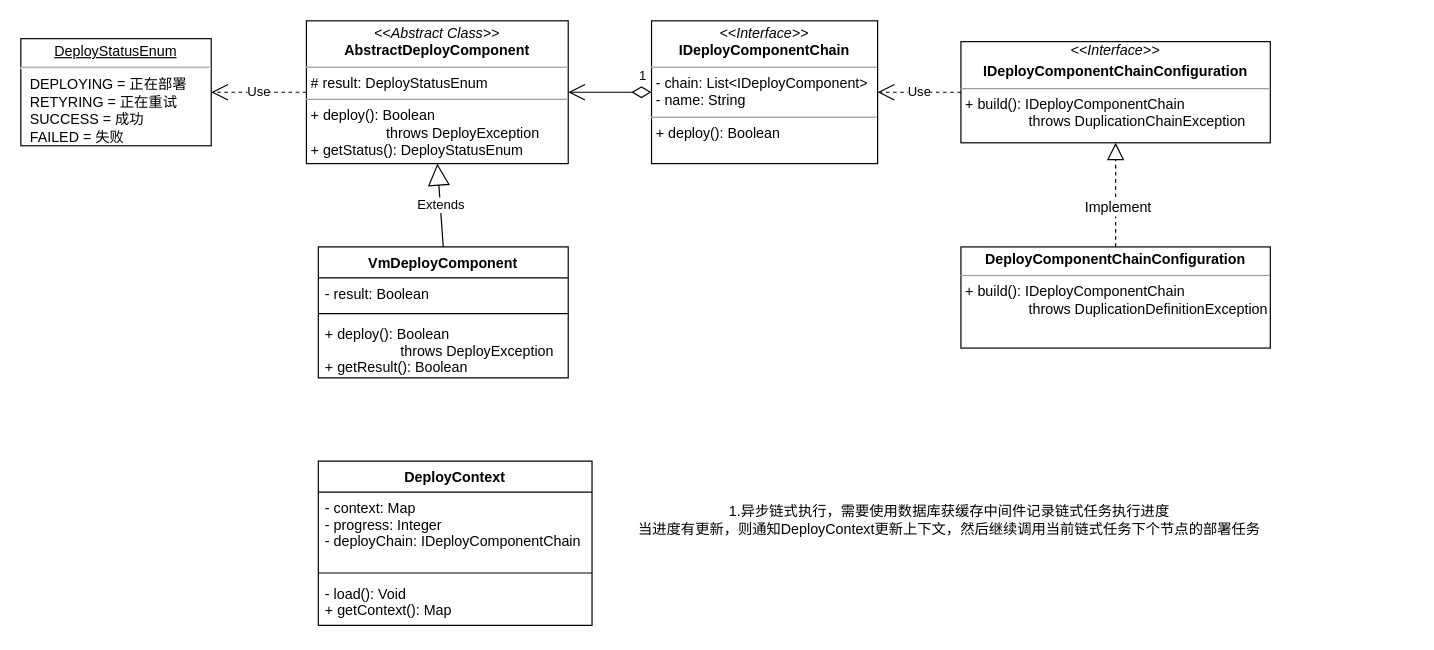
Above: SAAS自动部署.drawio in iceAcmen/myDesign (draw.io), before the change. Source tidied: cells renumbered, new cells numbered last; positions are measured from the earlier drawing's top-left corner, leaving out a move shared by most shapes. Both pictures are drawn from the tidied source at 119%, with x=0, y=0 at pixel (20, 20).
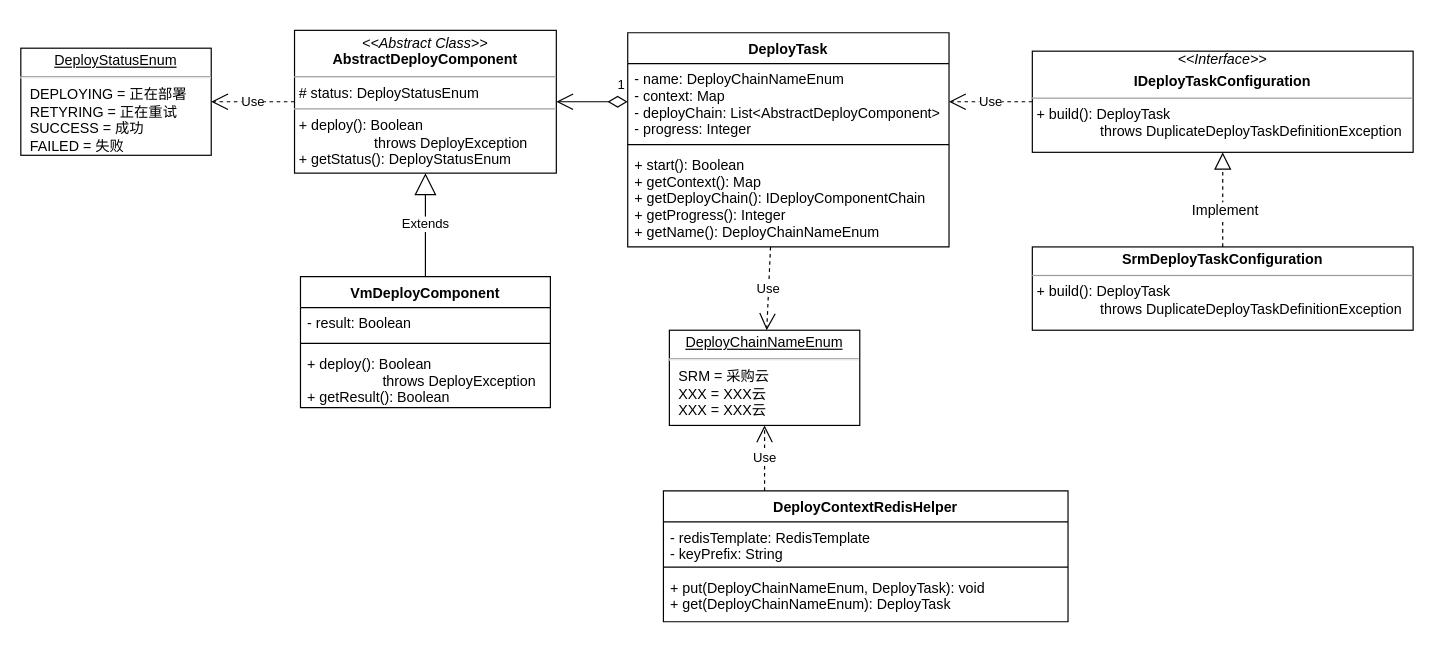
The same diagram, later.

Commit message:
更新SAAS自动部署.drawio

Change to the diagram source:
```diff
@@
-    <mxCell id="2" value="&lt;p style=&quot;margin: 0px ; margin-top: 4px ; text-align: center&quot;&gt;&lt;i&gt;&amp;lt;&amp;lt;Abstract Class&amp;gt;&amp;gt;&lt;/i&gt;&lt;br&gt;&lt;b&gt;AbstractDeployComponent&lt;/b&gt;&lt;br&gt;&lt;/p&gt;&lt;hr size=&quot;1&quot;&gt;&lt;p style=&quot;margin: 0px ; margin-left: 4px&quot;&gt;# result: DeployStatusEnum&lt;br&gt;&lt;/p&gt;&lt;hr size=&quot;1&quot;&gt;&lt;p style=&quot;margin: 0px ; margin-left: 4px&quot;&gt;+ deploy(): Boolean&lt;/p&gt;&lt;p style=&quot;margin: 0px ; margin-left: 4px&quot;&gt;&amp;nbsp; &amp;nbsp; &amp;nbsp; &amp;nbsp; &amp;nbsp; &amp;nbsp; &amp;nbsp; &amp;nbsp; &amp;nbsp; &amp;nbsp;throws DeployException&lt;/p&gt;&lt;p style=&quot;margin: 0px ; margin-left: 4px&quot;&gt;+ getStatus(): DeployStatusEnum&lt;/p&gt;" style="verticalAlign=top;align=left;overflow=fill;fontSize=12;fontFamily=Helvetica;html=1;" parent="1" vertex="1">
-      <mxGeometry x="240" width="220" height="120" as="geometry" />
+    <mxCell id="2" value="&lt;p style=&quot;margin: 0px ; margin-top: 4px ; text-align: center&quot;&gt;&lt;i&gt;&amp;lt;&amp;lt;Abstract Class&amp;gt;&amp;gt;&lt;/i&gt;&lt;br&gt;&lt;b&gt;AbstractDeployComponent&lt;/b&gt;&lt;br&gt;&lt;/p&gt;&lt;hr size=&quot;1&quot;&gt;&lt;p style=&quot;margin: 0px ; margin-left: 4px&quot;&gt;# status: DeployStatusEnum&lt;br&gt;&lt;/p&gt;&lt;hr size=&quot;1&quot;&gt;&lt;p style=&quot;margin: 0px ; margin-left: 4px&quot;&gt;+ deploy(): Boolean&lt;/p&gt;&lt;p style=&quot;margin: 0px ; margin-left: 4px&quot;&gt;&amp;nbsp; &amp;nbsp; &amp;nbsp; &amp;nbsp; &amp;nbsp; &amp;nbsp; &amp;nbsp; &amp;nbsp; &amp;nbsp; &amp;nbsp;throws DeployException&lt;/p&gt;&lt;p style=&quot;margin: 0px ; margin-left: 4px&quot;&gt;+ getStatus(): DeployStatusEnum&lt;/p&gt;" style="verticalAlign=top;align=left;overflow=fill;fontSize=12;fontFamily=Helvetica;html=1;" parent="1" vertex="1">
+      <mxGeometry x="230" y="8" width="220" height="120" as="geometry" />
     </mxCell>
-    <mxCell id="3" value="&lt;p style=&quot;margin: 0px ; margin-top: 4px ; text-align: center&quot;&gt;&lt;i&gt;&amp;lt;&amp;lt;Interface&amp;gt;&amp;gt;&lt;/i&gt;&lt;br&gt;&lt;b&gt;IDeployComponentChain&lt;/b&gt;&lt;br&gt;&lt;/p&gt;&lt;hr size=&quot;1&quot;&gt;&lt;p style=&quot;margin: 0px ; margin-left: 4px&quot;&gt;- chain: List&amp;lt;IDeployComponent&amp;gt;&lt;br&gt;&lt;/p&gt;&lt;p style=&quot;margin: 0px ; margin-left: 4px&quot;&gt;- name: String&lt;/p&gt;&lt;hr size=&quot;1&quot;&gt;&lt;p style=&quot;margin: 0px ; margin-left: 4px&quot;&gt;+ deploy(): Boolean&lt;/p&gt;&lt;p style=&quot;margin: 0px ; margin-left: 4px&quot;&gt;&lt;br&gt;&lt;/p&gt;" style="verticalAlign=top;align=left;overflow=fill;fontSize=12;fontFamily=Helvetica;html=1;" parent="1" vertex="1">
-      <mxGeometry x="530" width="190" height="120" as="geometry" />
-    </mxCell>
     <mxCell id="4" value="VmDeployComponent" style="swimlane;fontStyle=1;align=center;verticalAlign=top;horizontal=1;startSize=26;fontColor=#000000;" parent="1" vertex="1">
-      <mxGeometry x="250" y="190" width="210" height="110" as="geometry" />
+      <mxGeometry x="235" y="215" width="210" height="110" as="geometry" />
     </mxCell>
@@
-    <mxCell id="9" value="1" style="endArrow=open;html=1;endSize=12;startArrow=diamondThin;startSize=14;startFill=0;edgeStyle=orthogonalEdgeStyle;align=left;verticalAlign=bottom;fontColor=#000000;entryX=1;entryY=0.5;entryDx=0;entryDy=0;exitX=0;exitY=0.5;exitDx=0;exitDy=0;" parent="1" edge="1" source="3" target="2">
+    <mxCell id="9" value="1" style="endArrow=open;html=1;endSize=12;startArrow=diamondThin;startSize=14;startFill=0;edgeStyle=orthogonalEdgeStyle;align=left;verticalAlign=bottom;fontColor=#000000;entryX=1;entryY=0.5;entryDx=0;entryDy=0;exitX=0;exitY=0.5;exitDx=0;exitDy=0;" parent="1" edge="1" source="17" target="2">
       <mxGeometry x="-0.67" y="-5" relative="1" as="geometry" />
     </mxCell>
-    <mxCell id="10" value="&lt;div style=&quot;text-align: center&quot;&gt;&lt;i&gt;&amp;lt;&amp;lt;Interface&amp;gt;&amp;gt;&lt;/i&gt;&lt;/div&gt;&lt;p style=&quot;margin: 0px ; margin-top: 4px ; text-align: center&quot;&gt;&lt;b&gt;IDeployComponentChainConfiguration&lt;/b&gt;&lt;br&gt;&lt;/p&gt;&lt;hr size=&quot;1&quot;&gt;&lt;p style=&quot;margin: 0px ; margin-left: 4px&quot;&gt;&lt;/p&gt;&lt;p style=&quot;margin: 0px ; margin-left: 4px&quot;&gt;+ build(): IDeployComponentChain&lt;/p&gt;&lt;p style=&quot;margin: 0px ; margin-left: 4px&quot;&gt;&amp;nbsp; &amp;nbsp; &amp;nbsp; &amp;nbsp; &amp;nbsp; &amp;nbsp; &amp;nbsp; &amp;nbsp; throws DuplicationChainException&lt;/p&gt;&lt;p style=&quot;margin: 0px ; margin-left: 4px&quot;&gt;&lt;br&gt;&lt;/p&gt;" style="verticalAlign=top;align=left;overflow=fill;fontSize=12;fontFamily=Helvetica;html=1;" parent="1" vertex="1">
-      <mxGeometry x="790" y="17.5" width="260" height="85" as="geometry" />
+    <mxCell id="10" value="&lt;div style=&quot;text-align: center&quot;&gt;&lt;i&gt;&amp;lt;&amp;lt;Interface&amp;gt;&amp;gt;&lt;/i&gt;&lt;/div&gt;&lt;p style=&quot;margin: 0px ; margin-top: 4px ; text-align: center&quot;&gt;&lt;b&gt;IDeployTaskConfiguration&lt;/b&gt;&lt;br&gt;&lt;/p&gt;&lt;hr size=&quot;1&quot;&gt;&lt;p style=&quot;margin: 0px ; margin-left: 4px&quot;&gt;&lt;/p&gt;&lt;p style=&quot;margin: 0px ; margin-left: 4px&quot;&gt;+ build(): DeployTask&lt;/p&gt;&lt;p style=&quot;margin: 0px ; margin-left: 4px&quot;&gt;&amp;nbsp; &amp;nbsp; &amp;nbsp; &amp;nbsp; &amp;nbsp; &amp;nbsp; &amp;nbsp; &amp;nbsp; throws DuplicateDeployTaskDefinitionException&lt;/p&gt;&lt;p style=&quot;margin: 0px ; margin-left: 4px&quot;&gt;&lt;br&gt;&lt;/p&gt;" style="verticalAlign=top;align=left;overflow=fill;fontSize=12;fontFamily=Helvetica;html=1;" parent="1" vertex="1">
+      <mxGeometry x="850" y="25.5" width="320" height="85" as="geometry" />
     </mxCell>
-    <mxCell id="11" value="&lt;p style=&quot;margin: 0px ; margin-top: 4px ; text-align: center&quot;&gt;&lt;b&gt;DeployComponentChainConfiguration&lt;/b&gt;&lt;br&gt;&lt;/p&gt;&lt;hr size=&quot;1&quot;&gt;&lt;p style=&quot;margin: 0px ; margin-left: 4px&quot;&gt;&lt;/p&gt;&lt;p style=&quot;margin: 0px ; margin-left: 4px&quot;&gt;+ build(): IDeployComponentChain&lt;/p&gt;&lt;p style=&quot;margin: 0px ; margin-left: 4px&quot;&gt;&amp;nbsp; &amp;nbsp; &amp;nbsp; &amp;nbsp; &amp;nbsp; &amp;nbsp; &amp;nbsp; &amp;nbsp; throws DuplicationDefinitionException&lt;/p&gt;&lt;p style=&quot;margin: 0px ; margin-left: 4px&quot;&gt;&lt;br&gt;&lt;/p&gt;" style="verticalAlign=top;align=left;overflow=fill;fontSize=12;fontFamily=Helvetica;html=1;" parent="1" vertex="1">
-      <mxGeometry x="790" y="190" width="260" height="85" as="geometry" />
+    <mxCell id="11" value="&lt;p style=&quot;margin: 0px ; margin-top: 4px ; text-align: center&quot;&gt;&lt;b&gt;SrmDeployTaskConfiguration&lt;/b&gt;&lt;br&gt;&lt;/p&gt;&lt;hr size=&quot;1&quot;&gt;&lt;p style=&quot;margin: 0px ; margin-left: 4px&quot;&gt;&lt;/p&gt;&lt;p style=&quot;margin: 0px ; margin-left: 4px&quot;&gt;+ build(): DeployTask&lt;/p&gt;&lt;p style=&quot;margin: 0px ; margin-left: 4px&quot;&gt;&amp;nbsp; &amp;nbsp; &amp;nbsp; &amp;nbsp; &amp;nbsp; &amp;nbsp; &amp;nbsp; &amp;nbsp; throws DuplicateDeployTaskDefinitionException&lt;/p&gt;&lt;p style=&quot;margin: 0px ; margin-left: 4px&quot;&gt;&lt;br&gt;&lt;/p&gt;" style="verticalAlign=top;align=left;overflow=fill;fontSize=12;fontFamily=Helvetica;html=1;" parent="1" vertex="1">
+      <mxGeometry x="850" y="190" width="320" height="70" as="geometry" />
     </mxCell>
@@
-    <mxCell id="14" value="Use" style="endArrow=open;endSize=12;dashed=1;html=1;fontColor=#000000;entryX=1;entryY=0.5;entryDx=0;entryDy=0;exitX=0;exitY=0.5;exitDx=0;exitDy=0;" parent="1" edge="1" source="10" target="3">
+    <mxCell id="14" value="Use" style="endArrow=open;endSize=12;dashed=1;html=1;fontColor=#000000;entryX=1;entryY=0.5;entryDx=0;entryDy=0;exitX=0;exitY=0.5;exitDx=0;exitDy=0;" parent="1" edge="1" source="10" target="17">
       <mxGeometry relative="1" as="geometry" />
     </mxCell>
-    <mxCell id="15" value="1.异步链式执行，需要使用数据库获缓存中间件记录链式任务执行进度&lt;br&gt;当进度有更新，则通知DeployContext更新上下文，然后继续调用当前链式任务下个节点的部署任务" style="text;html=1;align=center;verticalAlign=middle;fontColor=#000000;" parent="1" vertex="1">
-      <mxGeometry x="510" y="405" width="540" height="30" as="geometry" />
-    </mxCell>
-    <mxCell id="16" value="DeployContext" style="swimlane;fontStyle=1;align=center;verticalAlign=top;horizontal=1;startSize=26;fontColor=#000000;" parent="1" vertex="1">
-      <mxGeometry x="250" y="370" width="230" height="138" as="geometry" />
+    <mxCell id="16" value="DeployTask" style="swimlane;fontStyle=1;align=center;verticalAlign=top;horizontal=1;startSize=26;fontColor=#000000;" parent="1" vertex="1">
+      <mxGeometry x="510" y="10" width="270" height="180" as="geometry" />
     </mxCell>
-    <mxCell id="17" value="- context: Map&#10;- progress: Integer&#10;- deployChain: IDeployComponentChain" style="text;strokeColor=none;fillColor=none;align=left;verticalAlign=top;spacingLeft=4;spacingRight=4;overflow=hidden;points=[[0,0.5],[1,0.5]];portConstraint=eastwest;" parent="16" vertex="1">
-      <mxGeometry y="26" width="230" height="64" as="geometry" />
+    <mxCell id="17" value="- name: DeployChainNameEnum&#10;- context: Map&#10;- deployChain: List&lt;AbstractDeployComponent&gt;&#10;- progress: Integer" style="text;strokeColor=none;fillColor=none;align=left;verticalAlign=top;spacingLeft=4;spacingRight=4;overflow=hidden;points=[[0,0.5],[1,0.5]];portConstraint=eastwest;" parent="16" vertex="1">
+      <mxGeometry y="26" width="270" height="64" as="geometry" />
     </mxCell>
     <mxCell id="18" style="line;strokeWidth=1;fillColor=none;align=left;verticalAlign=middle;spacingTop=-1;spacingLeft=3;spacingRight=3;labelPosition=right;" parent="16" vertex="1">
-      <mxGeometry y="90" width="230" height="8" as="geometry" />
+      <mxGeometry y="90" width="270" height="8" as="geometry" />
     </mxCell>
-    <mxCell id="19" value="- load(): Void&#10;+ getContext(): Map" style="text;strokeColor=none;fillColor=none;align=left;verticalAlign=top;spacingLeft=4;spacingRight=4;overflow=hidden;" parent="16" vertex="1">
-      <mxGeometry y="98" width="230" height="40" as="geometry" />
+    <mxCell id="19" value="+ start(): Boolean&#10;+ getContext(): Map&#10;+ getDeployChain(): IDeployComponentChain&#10;+ getProgress(): Integer&#10;+ getName(): DeployChainNameEnum" style="text;strokeColor=none;fillColor=none;align=left;verticalAlign=top;spacingLeft=4;spacingRight=4;overflow=hidden;" parent="16" vertex="1">
+      <mxGeometry y="98" width="270" height="82" as="geometry" />
     </mxCell>
     <mxCell id="20" value="&lt;p style=&quot;margin: 0px ; margin-top: 4px ; text-align: center ; text-decoration: underline&quot;&gt;&lt;span style=&quot;text-align: left&quot;&gt;DeployStatusEnum&lt;/span&gt;&lt;br&gt;&lt;/p&gt;&lt;hr&gt;&lt;p style=&quot;margin: 0px ; margin-left: 8px&quot;&gt;DEPLOYING =&amp;nbsp;正在部署&lt;br&gt;RETYRING =&amp;nbsp;正在重试&lt;br&gt;SUCCESS =&amp;nbsp;成功&lt;/p&gt;&lt;p style=&quot;margin: 0px ; margin-left: 8px&quot;&gt;FAILED =&amp;nbsp;失败&lt;br&gt;&lt;/p&gt;" style="verticalAlign=top;align=left;overflow=fill;fontSize=12;fontFamily=Helvetica;html=1;" parent="1" vertex="1">
-      <mxGeometry y="15" width="160" height="90" as="geometry" />
+      <mxGeometry y="23" width="160" height="90" as="geometry" />
     </mxCell>
-    <mxCell id="21" value="Use" style="endArrow=open;endSize=12;dashed=1;html=1;fontColor=#000000;entryX=1;entryY=0.5;entryDx=0;entryDy=0;" parent="1" edge="1" target="20">
-      <mxGeometry relative="1" as="geometry">
-        <mxPoint x="240" y="60" as="sourcePoint" />
-      </mxGeometry>
+    <mxCell id="21" value="Use" style="endArrow=open;endSize=12;dashed=1;html=1;fontColor=#000000;entryX=1;entryY=0.5;entryDx=0;entryDy=0;exitX=0;exitY=0.5;exitDx=0;exitDy=0;" parent="1" edge="1" source="2" target="20">
+      <mxGeometry relative="1" as="geometry" />
     </mxCell>
+    <mxCell id="22" value="DeployContextRedisHelper" style="swimlane;fontStyle=1;align=center;verticalAlign=top;horizontal=1;startSize=26;fontColor=#000000;" parent="1" vertex="1">
+      <mxGeometry x="540" y="395" width="340" height="110" as="geometry" />
+    </mxCell>
+    <mxCell id="23" value="- redisTemplate: RedisTemplate&#10;- keyPrefix: String" style="text;strokeColor=none;fillColor=none;align=left;verticalAlign=top;spacingLeft=4;spacingRight=4;overflow=hidden;" parent="22" vertex="1">
+      <mxGeometry y="26" width="340" height="34" as="geometry" />
+    </mxCell>
+    <mxCell id="24" style="line;strokeWidth=1;fillColor=none;align=left;verticalAlign=middle;spacingTop=-1;spacingLeft=3;spacingRight=3;labelPosition=right;" parent="22" vertex="1">
+      <mxGeometry y="60" width="340" height="8" as="geometry" />
+    </mxCell>
+    <mxCell id="25" value="+ put(DeployChainNameEnum, DeployTask): void&#10;+ get(DeployChainNameEnum): DeployTask" style="text;strokeColor=none;fillColor=none;align=left;verticalAlign=top;spacingLeft=4;spacingRight=4;overflow=hidden;" parent="22" vertex="1">
+      <mxGeometry y="68" width="340" height="42" as="geometry" />
+    </mxCell>
+    <mxCell id="26" value="&lt;p style=&quot;margin: 0px ; margin-top: 4px ; text-align: center ; text-decoration: underline&quot;&gt;&lt;span style=&quot;text-align: left&quot;&gt;DeployChainNameEnum&lt;/span&gt;&lt;br&gt;&lt;/p&gt;&lt;hr&gt;&lt;p style=&quot;margin: 0px ; margin-left: 8px&quot;&gt;SRM =&amp;nbsp;采购云&lt;br&gt;&lt;/p&gt;&lt;p style=&quot;margin: 0px ; margin-left: 8px&quot;&gt;XXX = XXX云&lt;/p&gt;&lt;p style=&quot;margin: 0px ; margin-left: 8px&quot;&gt;XXX = XXX云&lt;br&gt;&lt;/p&gt;" style="verticalAlign=top;align=left;overflow=fill;fontSize=12;fontFamily=Helvetica;html=1;" parent="1" vertex="1">
+      <mxGeometry x="545" y="260" width="160" height="80" as="geometry" />
+    </mxCell>
+    <mxCell id="27" value="Use" style="endArrow=open;endSize=12;dashed=1;html=1;" parent="1" edge="1" target="26">
+      <mxGeometry relative="1" as="geometry">
+        <mxPoint x="630" y="190" as="sourcePoint" />
+      </mxGeometry>
+    </mxCell>
+    <mxCell id="28" value="Use" style="endArrow=open;endSize=12;dashed=1;html=1;fontColor=#000000;entryX=0.5;entryY=1;entryDx=0;entryDy=0;exitX=0.25;exitY=0;exitDx=0;exitDy=0;" parent="1" edge="1" source="22" target="26">
+      <mxGeometry relative="1" as="geometry" />
+    </mxCell>
```
